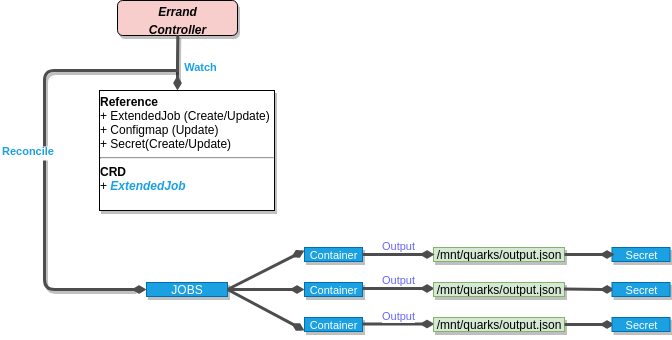
The draw.io diagram docs/controllers/quarks_ejoberrandcontroller_flow.png in cloudfoundry-incubator/quarks-operator, before a commit. Source tidied: cells renumbered, new cells last; positions are measured from the earlier drawing's top-left corner, leaving out a move shared by most shapes.
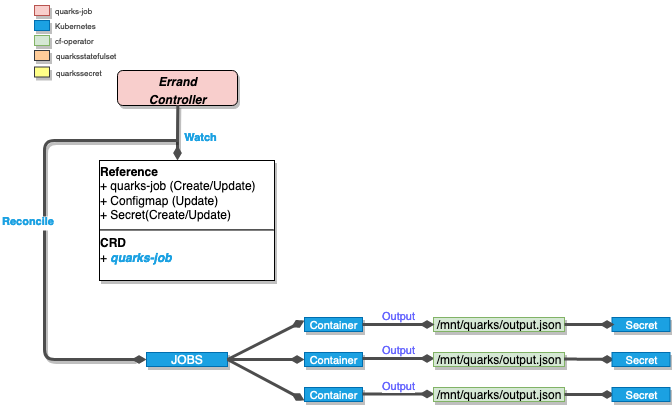
The same file after the commit.

Diff of the diagram source:
```diff
@@ -23,30 +23,30 @@
         <mxPoint x="-161" y="-28" as="offset" />
       </mxGeometry>
     </mxCell>
-    <mxCell id="5" value="&lt;p style=&quot;margin: 4px 0px 0px&quot;&gt;&lt;b&gt;Reference&lt;/b&gt;&lt;/p&gt;&lt;div&gt;+ ExtendedJob (Create/Update)&lt;/div&gt;&lt;div&gt;+ Configmap (Update)&lt;br&gt;&lt;/div&gt;&lt;div&gt;+ Secret(Create/Update)&lt;br&gt;&lt;/div&gt;&lt;div&gt;&lt;hr&gt;&lt;b&gt;CRD&lt;/b&gt;&lt;/div&gt;&lt;div&gt;+ &lt;font color=&quot;#1BA1E2&quot;&gt;&lt;i&gt;&lt;b&gt;ExtendedJob&lt;/b&gt;&lt;/i&gt;&lt;/font&gt;&lt;/div&gt;" style="verticalAlign=bottom;align=left;overflow=fill;fontSize=12;fontFamily=Helvetica;html=1;shadow=1;rounded=0;gradientDirection=north;comic=0;glass=0;horizontal=1;" parent="1" vertex="1">
-      <mxGeometry x="353" y="90" width="175" height="120" as="geometry" />
-    </mxCell>
+    <mxCell id="25" value="&lt;p style=&quot;margin: 4px 0px 0px&quot;&gt;&lt;b&gt;Reference&lt;/b&gt;&lt;/p&gt;&lt;div&gt;+ quarks-job (Create/Update)&lt;/div&gt;&lt;div&gt;+ Configmap (Update)&lt;br&gt;&lt;/div&gt;&lt;div&gt;+ Secret(Create/Update)&lt;br&gt;&lt;/div&gt;&lt;div&gt;&lt;hr&gt;&lt;b&gt;CRD&lt;/b&gt;&lt;/div&gt;&lt;div&gt;+ &lt;font color=&quot;#1BA1E2&quot;&gt;&lt;i&gt;&lt;b&gt;quarks-job&lt;/b&gt;&lt;/i&gt;&lt;/font&gt;&lt;/div&gt;" style="verticalAlign=bottom;align=left;overflow=fill;fontSize=12;fontFamily=Helvetica;html=1;shadow=1;rounded=0;gradientDirection=north;comic=0;glass=0;horizontal=1;" parent="1" vertex="1">
+      <mxGeometry x="353" y="90" width="175" height="120" as="geometry" />
+    </mxCell>
     <mxCell id="6" value="JOBS" style="verticalAlign=bottom;align=center;overflow=fill;fontSize=12;fontFamily=Helvetica;html=1;shadow=1;rounded=0;gradientDirection=north;fillColor=#1ba1e2;strokeColor=#006EAF;comic=0;glass=0;horizontal=1;fontColor=#ffffff;" parent="1" vertex="1">
       <mxGeometry x="400" y="282" width="81" height="14" as="geometry" />
     </mxCell>
-    <mxCell id="7" style="endArrow=diamondThin;html=1;shadow=0;labelBackgroundColor=none;strokeColor=#4D4D4D;strokeWidth=3;fontSize=9;fontColor=#4D4D4D;align=center;endFill=1;exitX=1;exitY=0.5;exitDx=0;exitDy=0;" parent="1" edge="1" source="6">
-      <mxGeometry relative="1" as="geometry">
-        <mxPoint x="558" y="289" as="targetPoint" />
-      </mxGeometry>
-    </mxCell>
+    <mxCell id="26" style="endArrow=diamondThin;html=1;shadow=0;labelBackgroundColor=none;strokeColor=#4D4D4D;strokeWidth=3;fontSize=9;fontColor=#4D4D4D;align=center;endFill=1;exitX=1;exitY=0.5;exitDx=0;exitDy=0;" parent="1" edge="1" source="6">
+      <mxGeometry relative="1" as="geometry">
+        <mxPoint x="558" y="289" as="targetPoint" />
+      </mxGeometry>
+    </mxCell>
     <mxCell id="8" value="&lt;div align=&quot;center&quot;&gt;&lt;font style=&quot;font-size: 11px&quot;&gt;Secret&lt;/font&gt;&lt;/div&gt;" style="verticalAlign=bottom;align=center;overflow=fill;fontSize=12;fontFamily=Helvetica;html=1;shadow=1;rounded=0;gradientDirection=north;fillColor=#1ba1e2;strokeColor=#006EAF;comic=0;glass=0;horizontal=1;fontColor=#ffffff;" parent="1" vertex="1">
       <mxGeometry x="865.5" y="247" width="58" height="14" as="geometry" />
     </mxCell>
-    <mxCell id="9" style="endArrow=diamondThin;html=1;shadow=0;labelBackgroundColor=none;strokeColor=#4D4D4D;strokeWidth=3;fontSize=9;fontColor=#4D4D4D;align=center;endFill=1;exitX=1;exitY=0.5;exitDx=0;exitDy=0;" parent="1" edge="1" source="6">
-      <mxGeometry relative="1" as="geometry">
-        <mxPoint x="558" y="330" as="targetPoint" />
-      </mxGeometry>
-    </mxCell>
-    <mxCell id="10" style="endArrow=diamondThin;html=1;shadow=0;labelBackgroundColor=none;strokeColor=#4D4D4D;strokeWidth=3;fontSize=9;fontColor=#4D4D4D;align=center;endFill=1;exitX=1;exitY=0.5;exitDx=0;exitDy=0;" parent="1" edge="1" source="6">
-      <mxGeometry relative="1" as="geometry">
-        <mxPoint x="558" y="250" as="targetPoint" />
-      </mxGeometry>
-    </mxCell>
+    <mxCell id="27" style="endArrow=diamondThin;html=1;shadow=0;labelBackgroundColor=none;strokeColor=#4D4D4D;strokeWidth=3;fontSize=9;fontColor=#4D4D4D;align=center;endFill=1;exitX=1;exitY=0.5;exitDx=0;exitDy=0;" parent="1" edge="1" source="6">
+      <mxGeometry relative="1" as="geometry">
+        <mxPoint x="558" y="330" as="targetPoint" />
+      </mxGeometry>
+    </mxCell>
+    <mxCell id="28" style="endArrow=diamondThin;html=1;shadow=0;labelBackgroundColor=none;strokeColor=#4D4D4D;strokeWidth=3;fontSize=9;fontColor=#4D4D4D;align=center;endFill=1;exitX=1;exitY=0.5;exitDx=0;exitDy=0;" parent="1" edge="1" source="6">
+      <mxGeometry relative="1" as="geometry">
+        <mxPoint x="558" y="250" as="targetPoint" />
+      </mxGeometry>
+    </mxCell>
     <mxCell id="11" value="/mnt/quarks/output.json" style="verticalAlign=bottom;align=center;overflow=fill;fontSize=12;fontFamily=Helvetica;html=1;shadow=1;rounded=0;gradientDirection=north;fillColor=#d5e8d4;strokeColor=#82b366;comic=0;glass=0;horizontal=1;" parent="1" vertex="1">
       <mxGeometry x="687" y="247" width="131" height="14" as="geometry" />
     </mxCell>
@@ -59,55 +59,85 @@
     <mxCell id="14" value="&lt;div align=&quot;center&quot;&gt;&lt;font style=&quot;font-size: 11px&quot;&gt;Container&lt;/font&gt;&lt;/div&gt;&lt;div align=&quot;center&quot;&gt;&lt;font style=&quot;font-size: 11px&quot;&gt;&lt;br&gt;&lt;/font&gt;&lt;/div&gt;&lt;div align=&quot;center&quot;&gt;&lt;font style=&quot;font-size: 11px&quot;&gt;&lt;br&gt;&lt;/font&gt;&lt;/div&gt;" style="verticalAlign=bottom;align=center;overflow=fill;fontSize=12;fontFamily=Helvetica;html=1;shadow=1;rounded=0;gradientDirection=north;fillColor=#1ba1e2;strokeColor=#006EAF;comic=0;glass=0;horizontal=1;fontColor=#ffffff;" parent="1" vertex="1">
       <mxGeometry x="558" y="317" width="58" height="14" as="geometry" />
     </mxCell>
-    <mxCell id="15" value="Output" style="endArrow=diamondThin;html=1;shadow=0;labelBackgroundColor=#ffffff;strokeColor=#4D4D4D;strokeWidth=3;fontSize=11;fontColor=#6666FF;align=center;endFill=1;exitX=1;exitY=0.5;exitDx=0;exitDy=0;labelPosition=center;verticalLabelPosition=top;verticalAlign=bottom;" parent="1" edge="1" source="12">
-      <mxGeometry relative="1" as="geometry">
-        <mxPoint x="688" y="254" as="targetPoint" />
-      </mxGeometry>
-    </mxCell>
-    <mxCell id="16" value="Output" style="endArrow=diamondThin;html=1;shadow=0;labelBackgroundColor=#ffffff;strokeColor=#4D4D4D;strokeWidth=3;fontSize=11;fontColor=#6666FF;align=center;endFill=1;exitX=1;exitY=0.5;exitDx=0;exitDy=0;labelPosition=center;verticalLabelPosition=top;verticalAlign=bottom;" parent="1" edge="1">
-      <mxGeometry relative="1" as="geometry">
-        <mxPoint x="616" y="288" as="sourcePoint" />
-        <mxPoint x="688" y="288" as="targetPoint" />
-        <Array as="points">
-          <mxPoint x="648" y="288" />
-        </Array>
-      </mxGeometry>
-    </mxCell>
-    <mxCell id="17" value="Output" style="endArrow=diamondThin;html=1;shadow=0;labelBackgroundColor=#ffffff;strokeColor=#4D4D4D;strokeWidth=3;fontSize=11;fontColor=#6666FF;align=center;endFill=1;exitX=1;exitY=0.5;exitDx=0;exitDy=0;labelPosition=center;verticalLabelPosition=top;verticalAlign=bottom;" parent="1" edge="1">
-      <mxGeometry relative="1" as="geometry">
-        <mxPoint x="616" y="323.5" as="sourcePoint" />
-        <mxPoint x="688" y="323.5" as="targetPoint" />
-      </mxGeometry>
-    </mxCell>
+    <mxCell id="29" value="Output" style="endArrow=diamondThin;html=1;shadow=0;labelBackgroundColor=#ffffff;strokeColor=#4D4D4D;strokeWidth=3;fontSize=11;fontColor=#6666FF;align=center;endFill=1;exitX=1;exitY=0.5;exitDx=0;exitDy=0;labelPosition=center;verticalLabelPosition=top;verticalAlign=bottom;" parent="1" edge="1" source="12">
+      <mxGeometry relative="1" as="geometry">
+        <mxPoint x="688" y="254" as="targetPoint" />
+      </mxGeometry>
+    </mxCell>
+    <mxCell id="30" value="Output" style="endArrow=diamondThin;html=1;shadow=0;labelBackgroundColor=#ffffff;strokeColor=#4D4D4D;strokeWidth=3;fontSize=11;fontColor=#6666FF;align=center;endFill=1;exitX=1;exitY=0.5;exitDx=0;exitDy=0;labelPosition=center;verticalLabelPosition=top;verticalAlign=bottom;" parent="1" edge="1">
+      <mxGeometry relative="1" as="geometry">
+        <mxPoint x="616" y="288" as="sourcePoint" />
+        <mxPoint x="688" y="288" as="targetPoint" />
+        <Array as="points">
+          <mxPoint x="648" y="288" />
+        </Array>
+      </mxGeometry>
+    </mxCell>
+    <mxCell id="31" value="Output" style="endArrow=diamondThin;html=1;shadow=0;labelBackgroundColor=#ffffff;strokeColor=#4D4D4D;strokeWidth=3;fontSize=11;fontColor=#6666FF;align=center;endFill=1;exitX=1;exitY=0.5;exitDx=0;exitDy=0;labelPosition=center;verticalLabelPosition=top;verticalAlign=bottom;" parent="1" edge="1">
+      <mxGeometry relative="1" as="geometry">
+        <mxPoint x="616" y="323.5" as="sourcePoint" />
+        <mxPoint x="688" y="323.5" as="targetPoint" />
+      </mxGeometry>
+    </mxCell>
     <mxCell id="18" value="/mnt/quarks/output.json" style="verticalAlign=bottom;align=center;overflow=fill;fontSize=12;fontFamily=Helvetica;html=1;shadow=1;rounded=0;gradientDirection=north;fillColor=#d5e8d4;strokeColor=#82b366;comic=0;glass=0;horizontal=1;" parent="1" vertex="1">
       <mxGeometry x="687" y="282" width="131" height="14" as="geometry" />
     </mxCell>
     <mxCell id="19" value="/mnt/quarks/output.json" style="verticalAlign=bottom;align=center;overflow=fill;fontSize=12;fontFamily=Helvetica;html=1;shadow=1;rounded=0;gradientDirection=north;fillColor=#d5e8d4;strokeColor=#82b366;comic=0;glass=0;horizontal=1;" parent="1" vertex="1">
       <mxGeometry x="687" y="317" width="131" height="14" as="geometry" />
     </mxCell>
-    <mxCell id="20" style="endArrow=diamondThin;html=1;shadow=0;labelBackgroundColor=none;strokeColor=#4D4D4D;strokeWidth=3;fontSize=9;fontColor=#4D4D4D;align=center;endFill=1;exitX=1;exitY=0.5;exitDx=0;exitDy=0;" parent="1" edge="1">
-      <mxGeometry relative="1" as="geometry">
-        <mxPoint x="818" y="254" as="sourcePoint" />
-        <mxPoint x="868" y="254" as="targetPoint" />
-      </mxGeometry>
-    </mxCell>
-    <mxCell id="21" style="endArrow=diamondThin;html=1;shadow=0;labelBackgroundColor=none;strokeColor=#4D4D4D;strokeWidth=3;fontSize=9;fontColor=#4D4D4D;align=center;endFill=1;exitX=1;exitY=0.5;exitDx=0;exitDy=0;" parent="1" edge="1">
-      <mxGeometry relative="1" as="geometry">
-        <mxPoint x="817.5" y="288.5" as="sourcePoint" />
-        <mxPoint x="868" y="289" as="targetPoint" />
-      </mxGeometry>
-    </mxCell>
-    <mxCell id="22" style="endArrow=diamondThin;html=1;shadow=0;labelBackgroundColor=none;strokeColor=#4D4D4D;strokeWidth=3;fontSize=9;fontColor=#4D4D4D;align=center;endFill=1;exitX=1;exitY=0.5;exitDx=0;exitDy=0;" parent="1" edge="1">
-      <mxGeometry relative="1" as="geometry">
-        <mxPoint x="818" y="324" as="sourcePoint" />
-        <mxPoint x="868" y="324" as="targetPoint" />
-      </mxGeometry>
-    </mxCell>
+    <mxCell id="32" style="endArrow=diamondThin;html=1;shadow=0;labelBackgroundColor=none;strokeColor=#4D4D4D;strokeWidth=3;fontSize=9;fontColor=#4D4D4D;align=center;endFill=1;exitX=1;exitY=0.5;exitDx=0;exitDy=0;" parent="1" edge="1">
+      <mxGeometry relative="1" as="geometry">
+        <mxPoint x="818" y="254" as="sourcePoint" />
+        <mxPoint x="868" y="254" as="targetPoint" />
+      </mxGeometry>
+    </mxCell>
+    <mxCell id="33" style="endArrow=diamondThin;html=1;shadow=0;labelBackgroundColor=none;strokeColor=#4D4D4D;strokeWidth=3;fontSize=9;fontColor=#4D4D4D;align=center;endFill=1;exitX=1;exitY=0.5;exitDx=0;exitDy=0;" parent="1" edge="1">
+      <mxGeometry relative="1" as="geometry">
+        <mxPoint x="817.5" y="288.5" as="sourcePoint" />
+        <mxPoint x="868" y="289" as="targetPoint" />
+      </mxGeometry>
+    </mxCell>
+    <mxCell id="34" style="endArrow=diamondThin;html=1;shadow=0;labelBackgroundColor=none;strokeColor=#4D4D4D;strokeWidth=3;fontSize=9;fontColor=#4D4D4D;align=center;endFill=1;exitX=1;exitY=0.5;exitDx=0;exitDy=0;" parent="1" edge="1">
+      <mxGeometry relative="1" as="geometry">
+        <mxPoint x="818" y="324" as="sourcePoint" />
+        <mxPoint x="868" y="324" as="targetPoint" />
+      </mxGeometry>
+    </mxCell>
     <mxCell id="23" value="&lt;div align=&quot;center&quot;&gt;&lt;font style=&quot;font-size: 11px&quot;&gt;Secret&lt;/font&gt;&lt;/div&gt;" style="verticalAlign=bottom;align=center;overflow=fill;fontSize=12;fontFamily=Helvetica;html=1;shadow=1;rounded=0;gradientDirection=north;fillColor=#1ba1e2;strokeColor=#006EAF;comic=0;glass=0;horizontal=1;fontColor=#ffffff;" parent="1" vertex="1">
       <mxGeometry x="865.5" y="282" width="58" height="14" as="geometry" />
     </mxCell>
     <mxCell id="24" value="&lt;div align=&quot;center&quot;&gt;&lt;font style=&quot;font-size: 11px&quot;&gt;Secret&lt;/font&gt;&lt;/div&gt;" style="verticalAlign=bottom;align=center;overflow=fill;fontSize=12;fontFamily=Helvetica;html=1;shadow=1;rounded=0;gradientDirection=north;fillColor=#1ba1e2;strokeColor=#006EAF;comic=0;glass=0;horizontal=1;fontColor=#ffffff;" parent="1" vertex="1">
       <mxGeometry x="865.5" y="317" width="58" height="14" as="geometry" />
     </mxCell>
+    <mxCell id="35" style="verticalAlign=bottom;align=center;overflow=fill;fontSize=12;fontFamily=Helvetica;html=1;shadow=1;rounded=0;gradientDirection=north;fillColor=#f8cecc;strokeColor=#b85450;comic=0;glass=0;horizontal=1;" parent="1" vertex="1">
+      <mxGeometry x="288" y="-65" width="15" height="10" as="geometry" />
+    </mxCell>
+    <mxCell id="36" value="&lt;div align=&quot;center&quot;&gt;&lt;br&gt;&lt;/div&gt;" style="verticalAlign=bottom;align=center;overflow=fill;fontSize=12;fontFamily=Helvetica;html=1;shadow=1;rounded=0;gradientDirection=north;fillColor=#1ba1e2;strokeColor=#006EAF;comic=0;glass=0;horizontal=1;fontColor=#ffffff;" parent="1" vertex="1">
+      <mxGeometry x="288" y="-50" width="15" height="10" as="geometry" />
+    </mxCell>
+    <mxCell id="37" style="verticalAlign=bottom;align=center;overflow=fill;fontSize=12;fontFamily=Helvetica;html=1;shadow=1;rounded=0;gradientDirection=north;fillColor=#d5e8d4;strokeColor=#82b366;comic=0;glass=0;horizontal=1;" parent="1" vertex="1">
+      <mxGeometry x="288" y="-35" width="15" height="10" as="geometry" />
+    </mxCell>
+    <mxCell id="38" style="verticalAlign=bottom;align=center;overflow=fill;fontSize=12;fontFamily=Helvetica;html=1;shadow=1;rounded=0;gradientDirection=north;comic=0;glass=0;horizontal=1;fillColor=#ffcc99;strokeColor=#36393d;" parent="1" vertex="1">
+      <mxGeometry x="288" y="-20" width="15" height="10" as="geometry" />
+    </mxCell>
+    <mxCell id="39" value="&lt;font style=&quot;font-size: 8px&quot; color=&quot;#4D4D4D&quot;&gt;quarks-job&lt;br&gt;&lt;/font&gt;" style="text;html=1;align=left;verticalAlign=top;spacingTop=-4;fontColor=#1BA1E2;" parent="1" vertex="1">
+      <mxGeometry x="307" y="-70" width="50" height="20" as="geometry" />
+    </mxCell>
+    <mxCell id="40" value="&lt;font style=&quot;font-size: 8px&quot; color=&quot;#4D4D4D&quot;&gt;Kubernetes&lt;/font&gt;" style="text;html=1;align=left;verticalAlign=top;spacingTop=-4;fontColor=#1BA1E2;" parent="1" vertex="1">
+      <mxGeometry x="307" y="-55" width="60" height="20" as="geometry" />
+    </mxCell>
+    <mxCell id="41" value="&lt;font style=&quot;font-size: 8px&quot; color=&quot;#4D4D4D&quot;&gt;cf-operator&lt;/font&gt;" style="text;html=1;align=left;verticalAlign=top;spacingTop=-4;fontColor=#1BA1E2;" parent="1" vertex="1">
+      <mxGeometry x="307" y="-40" width="50" height="20" as="geometry" />
+    </mxCell>
+    <mxCell id="42" style="verticalAlign=bottom;align=center;overflow=fill;fontSize=12;fontFamily=Helvetica;html=1;shadow=1;rounded=0;gradientDirection=north;comic=0;glass=0;horizontal=1;fillColor=#ffff88;strokeColor=#36393d;" parent="1" vertex="1">
+      <mxGeometry x="288" y="-3.5" width="15" height="10" as="geometry" />
+    </mxCell>
+    <mxCell id="43" value="&lt;font style=&quot;font-size: 8px&quot; color=&quot;#4D4D4D&quot;&gt;quarkssecret&lt;br&gt;&lt;/font&gt;" style="text;html=1;align=left;verticalAlign=top;spacingTop=-4;fontColor=#1BA1E2;" parent="1" vertex="1">
+      <mxGeometry x="308" y="-8.5" width="60" height="20" as="geometry" />
+    </mxCell>
+    <mxCell id="44" value="&lt;font style=&quot;font-size: 8px&quot; color=&quot;#4D4D4D&quot;&gt;quarksstatefulset&lt;br&gt;&lt;/font&gt;" style="text;html=1;align=left;verticalAlign=top;spacingTop=-4;fontColor=#1BA1E2;" parent="1" vertex="1">
+      <mxGeometry x="308" y="-25" width="80" height="20" as="geometry" />
+    </mxCell>
   </root>
 </mxGraphModel>
```
